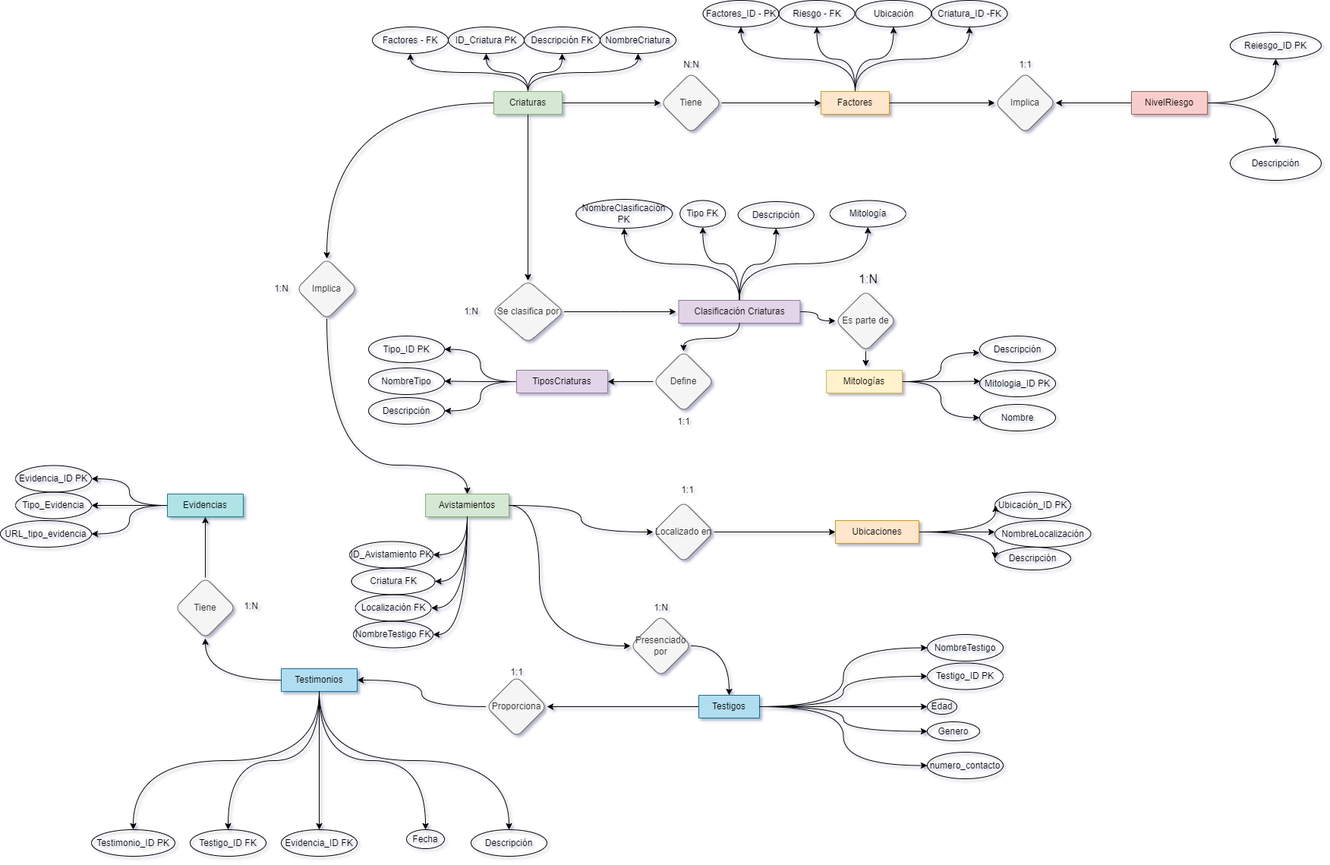
yowcloud/project-Criaturas keeps this draw.io diagram as TablasCriaturasMiticas-Diagrama-Entidad-Relación.drawio.png. Above is the earlier version. Source tidied: cells renumbered, new cells last; positions are measured from the earlier drawing's top-left corner, leaving out a move shared by most shapes.
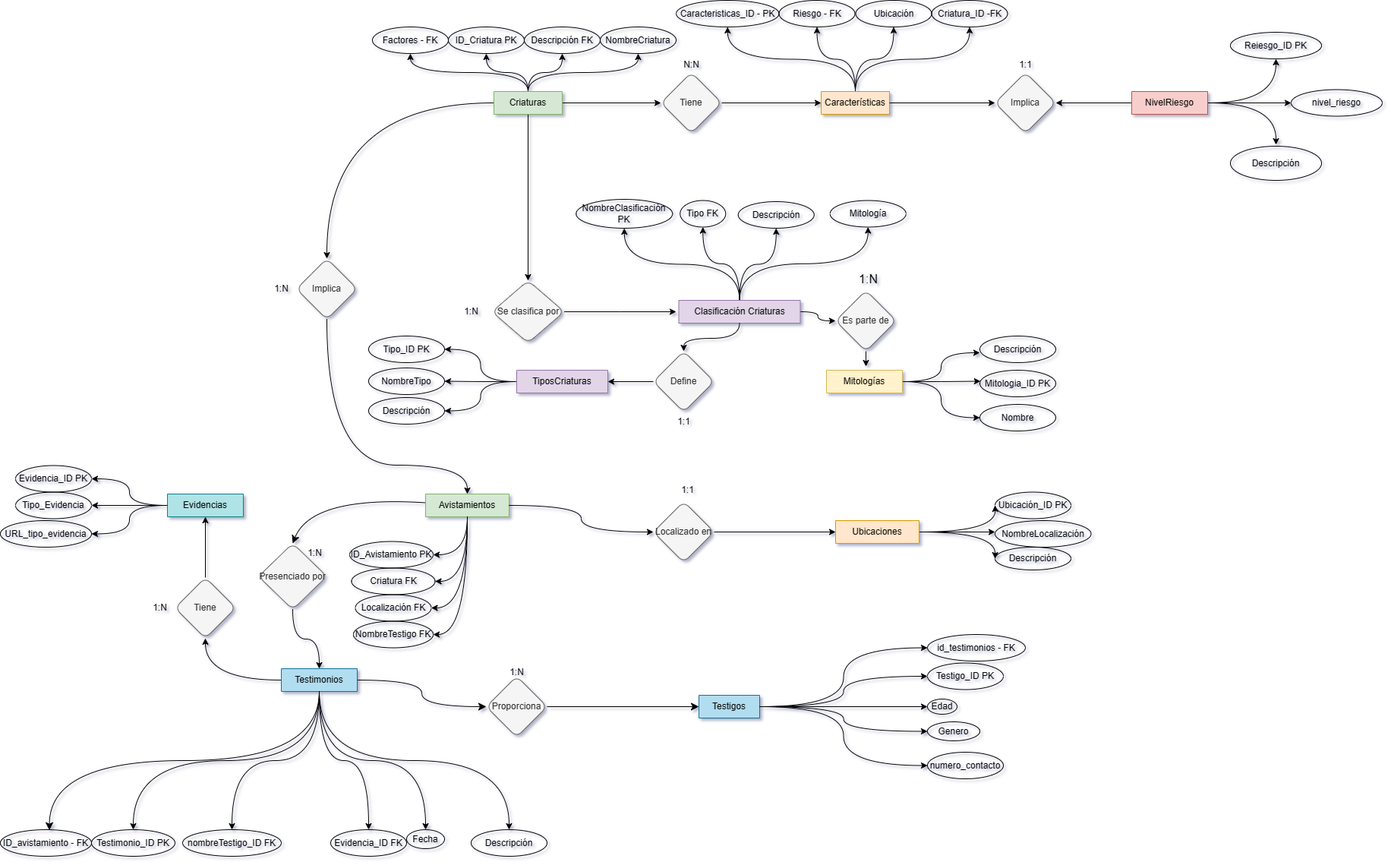
The same file after the commit.

What changed in the source:
```diff
@@ -17,9 +17,6 @@
     <mxCell id="6" value="Criaturas" style="swimlane;fontStyle=0;horizontal=1;startSize=30;whiteSpace=wrap;html=1;fillColor=#d5e8d4;strokeColor=#82b366;rounded=1;swimlaneLine=1;" parent="1" vertex="1" collapsed="1">
       <mxGeometry x="650" y="120" width="90" height="30" as="geometry" />
     </mxCell>
-    <mxCell id="7" style="edgeStyle=orthogonalEdgeStyle;rounded=0;jettySize=auto;html=1;entryX=1;entryY=0.5;entryDx=0;entryDy=0;" parent="1" edge="1" source="9" target="78">
-      <mxGeometry relative="1" as="geometry" />
-    </mxCell>
     <mxCell id="8" style="edgeStyle=orthogonalEdgeStyle;rounded=0;jettySize=auto;html=1;curved=1;" parent="1" edge="1" source="13">
       <mxGeometry relative="1" as="geometry">
         <mxPoint x="1310" y="700" as="targetPoint" />
@@ -66,18 +63,28 @@
     <mxCell id="19" style="edgeStyle=orthogonalEdgeStyle;rounded=0;jettySize=auto;html=1;curved=1;" parent="1" edge="1" source="20" target="83">
       <mxGeometry relative="1" as="geometry" />
     </mxCell>
-    <mxCell id="20" value="Factores" style="swimlane;fontStyle=0;horizontal=1;startSize=30;whiteSpace=wrap;html=1;fillColor=#ffe6cc;strokeColor=#d79b00;rounded=1;" parent="1" vertex="1" collapsed="1">
+    <mxCell id="20" value="Características" style="swimlane;fontStyle=0;horizontal=1;startSize=30;whiteSpace=wrap;html=1;fillColor=#ffe6cc;strokeColor=#d79b00;rounded=1;" parent="1" vertex="1" collapsed="1">
       <mxGeometry x="1081" y="120" width="90" height="30" as="geometry" />
     </mxCell>
     <mxCell id="21" style="edgeStyle=orthogonalEdgeStyle;rounded=0;jettySize=auto;html=1;entryX=0.5;entryY=1;entryDx=0;entryDy=0;elbow=vertical;curved=1;" parent="1" edge="1" source="22" target="45">
       <mxGeometry relative="1" as="geometry" />
     </mxCell>
+    <mxCell id="134" style="edgeStyle=orthogonalEdgeStyle;rounded=0;jettySize=auto;html=1;entryX=0;entryY=0.5;entryDx=0;entryDy=0;fontSize=12;startSize=8;endSize=8;curved=1;" parent="1" edge="1" source="22" target="78">
+      <mxGeometry relative="1" as="geometry" />
+    </mxCell>
     <mxCell id="22" value="Testimonios" style="swimlane;fontStyle=0;horizontal=1;startSize=30;whiteSpace=wrap;html=1;fillColor=#b1ddf0;strokeColor=#10739e;rounded=1;" parent="1" vertex="1" collapsed="1">
       <mxGeometry x="370" y="880" width="100" height="30" as="geometry" />
     </mxCell>
     <mxCell id="23" style="edgeStyle=orthogonalEdgeStyle;rounded=0;jettySize=auto;html=1;curved=1;entryX=1;entryY=0.5;entryDx=0;entryDy=0;" parent="1" edge="1" source="53" target="108">
       <mxGeometry relative="1" as="geometry" />
     </mxCell>
+    <mxCell id="54" style="edgeStyle=none;curved=1;rounded=0;jettySize=auto;html=1;entryX=0.5;entryY=0;entryDx=0;entryDy=0;fontSize=12;startSize=8;endSize=8;" parent="1" edge="1" source="24" target="35">
+      <mxGeometry relative="1" as="geometry">
+        <Array as="points">
+          <mxPoint x="410" y="652" />
+        </Array>
+      </mxGeometry>
+    </mxCell>
     <mxCell id="24" value="Avistamientos" style="swimlane;fontStyle=0;horizontal=1;startSize=30;whiteSpace=wrap;html=1;fillColor=#d5e8d4;strokeColor=#82b366;rounded=1;" parent="1" vertex="1" collapsed="1">
       <mxGeometry x="560" y="650" width="110" height="30" as="geometry" />
     </mxCell>
@@ -108,11 +115,11 @@
     <mxCell id="33" value="Localizado en" style="rhombus;whiteSpace=wrap;html=1;fillColor=#f5f5f5;strokeColor=#666666;fontColor=#333333;rounded=1;" parent="1" vertex="1">
       <mxGeometry x="860" y="660" width="80" height="80" as="geometry" />
     </mxCell>
-    <mxCell id="34" style="edgeStyle=orthogonalEdgeStyle;rounded=0;jettySize=auto;html=1;entryX=0.5;entryY=0;entryDx=0;entryDy=0;curved=1;" parent="1" edge="1" source="35" target="9">
+    <mxCell id="34" style="edgeStyle=orthogonalEdgeStyle;rounded=0;jettySize=auto;html=1;entryX=0.5;entryY=0;entryDx=0;entryDy=0;curved=1;" parent="1" edge="1" source="35" target="22">
       <mxGeometry relative="1" as="geometry" />
     </mxCell>
     <mxCell id="35" value="Presenciado por" style="rhombus;whiteSpace=wrap;html=1;rounded=1;shadow=0;fillColor=#f5f5f5;fontColor=#333333;strokeColor=#666666;" parent="1" vertex="1">
-      <mxGeometry x="830" y="810" width="80" height="80" as="geometry" />
+      <mxGeometry x="340" y="715" width="90" height="87" as="geometry" />
     </mxCell>
     <mxCell id="36" style="edgeStyle=orthogonalEdgeStyle;rounded=0;jettySize=auto;html=1;entryX=0.5;entryY=0;entryDx=0;entryDy=0;curved=1;" parent="1" edge="1" source="17" target="42">
       <mxGeometry relative="1" as="geometry" />
@@ -168,14 +175,6 @@
     <mxCell id="53" value="TiposCriaturas" style="swimlane;fontStyle=0;horizontal=1;startSize=30;whiteSpace=wrap;html=1;fillColor=#e1d5e7;strokeColor=#9673a6;rounded=1;" parent="1" vertex="1" collapsed="1">
       <mxGeometry x="680" y="487" width="120" height="30" as="geometry" />
     </mxCell>
-    <mxCell id="54" style="edgeStyle=orthogonalEdgeStyle;rounded=0;jettySize=auto;html=1;entryX=0;entryY=0.5;entryDx=0;entryDy=0;curved=1;" parent="1" edge="1" source="24" target="35">
-      <mxGeometry relative="1" as="geometry">
-        <Array as="points">
-          <mxPoint x="710" y="665" />
-          <mxPoint x="710" y="850" />
-        </Array>
-      </mxGeometry>
-    </mxCell>
     <mxCell id="55" style="edgeStyle=orthogonalEdgeStyle;rounded=0;jettySize=auto;html=1;entryX=1;entryY=0.5;entryDx=0;entryDy=0;curved=1;" parent="1" edge="1" source="24" target="73">
       <mxGeometry relative="1" as="geometry" />
     </mxCell>
@@ -196,6 +195,9 @@
     <mxCell id="60" style="edgeStyle=orthogonalEdgeStyle;rounded=0;jettySize=auto;html=1;entryX=1;entryY=0.5;entryDx=0;entryDy=0;" parent="1" edge="1" source="61" target="30">
       <mxGeometry relative="1" as="geometry" />
     </mxCell>
+    <mxCell id="135" style="edgeStyle=orthogonalEdgeStyle;rounded=0;jettySize=auto;html=1;" parent="1" edge="1" source="61" target="139">
+      <mxGeometry relative="1" as="geometry" />
+    </mxCell>
     <mxCell id="61" value="NivelRiesgo" style="swimlane;fontStyle=0;horizontal=1;startSize=30;whiteSpace=wrap;html=1;fillColor=#f8cecc;strokeColor=#b85450;rounded=1;" parent="1" vertex="1" collapsed="1">
       <mxGeometry x="1490" y="120" width="100" height="30" as="geometry" />
     </mxCell>
@@ -243,15 +245,15 @@
     <mxCell id="74" value="Testimonio_ID PK" style="ellipse;whiteSpace=wrap;html=1;fillColor=none;" parent="1" vertex="1">
       <mxGeometry x="120" y="1092" width="110" height="35" as="geometry" />
     </mxCell>
-    <mxCell id="75" value="Testigo_ID FK" style="ellipse;whiteSpace=wrap;html=1;fillColor=none;" parent="1" vertex="1">
-      <mxGeometry x="250" y="1092" width="100" height="35" as="geometry" />
+    <mxCell id="75" value="nombreTestigo_ID FK" style="ellipse;whiteSpace=wrap;html=1;fillColor=none;" parent="1" vertex="1">
+      <mxGeometry x="240" y="1092" width="130" height="35" as="geometry" />
     </mxCell>
-    <mxCell id="76" value="NombreTestigo" style="ellipse;whiteSpace=wrap;html=1;fillColor=none;" parent="1" vertex="1">
-      <mxGeometry x="1221" y="835" width="100" height="35" as="geometry" />
+    <mxCell id="76" value="id_testimonios - FK" style="ellipse;whiteSpace=wrap;html=1;fillColor=none;" parent="1" vertex="1">
+      <mxGeometry x="1221" y="835" width="129" height="35" as="geometry" />
     </mxCell>
-    <mxCell id="77" style="edgeStyle=orthogonalEdgeStyle;rounded=0;jettySize=auto;html=1;entryX=1;entryY=0.5;entryDx=0;entryDy=0;curved=1;" parent="1" edge="1" source="78" target="22">
-      <mxGeometry relative="1" as="geometry" />
-    </mxCell>
+    <mxCell id="136" style="edgeStyle=none;curved=1;rounded=0;jettySize=auto;html=1;entryX=0;entryY=0.5;entryDx=0;entryDy=0;fontSize=12;startSize=8;endSize=8;" parent="1" edge="1" source="78" target="9">
+      <mxGeometry relative="1" as="geometry" />
+    </mxCell>
     <mxCell id="78" value="Proporciona" style="rhombus;whiteSpace=wrap;html=1;fillColor=#f5f5f5;strokeColor=#666666;fontColor=#333333;rounded=1;" parent="1" vertex="1">
       <mxGeometry x="640" y="890" width="80" height="80" as="geometry" />
     </mxCell>
@@ -302,8 +304,8 @@
     <mxCell id="92" value="Criatura_ID -FK" style="ellipse;whiteSpace=wrap;html=1;fillColor=none;" parent="1" vertex="1">
       <mxGeometry x="1226.5" width="100" height="35" as="geometry" />
     </mxCell>
-    <mxCell id="93" value="Factores_ID - PK" style="ellipse;whiteSpace=wrap;html=1;fillColor=none;" parent="1" vertex="1">
-      <mxGeometry x="925.5" width="100" height="35" as="geometry" />
+    <mxCell id="93" value="Caracteristicas_ID - PK" style="ellipse;whiteSpace=wrap;html=1;fillColor=none;" parent="1" vertex="1">
+      <mxGeometry x="890" width="135.5" height="35" as="geometry" />
     </mxCell>
     <mxCell id="94" value="Fecha" style="ellipse;whiteSpace=wrap;html=1;fillColor=none;" parent="1" vertex="1">
       <mxGeometry x="535" y="1092" width="50" height="25" as="geometry" />
@@ -354,7 +356,7 @@
       <mxGeometry relative="1" as="geometry" />
     </mxCell>
     <mxCell id="110" value="Evidencia_ID FK" style="ellipse;whiteSpace=wrap;html=1;fillColor=none;" parent="1" vertex="1">
-      <mxGeometry x="370" y="1092" width="100" height="35" as="geometry" />
+      <mxGeometry x="435" y="1092" width="100" height="35" as="geometry" />
     </mxCell>
     <mxCell id="111" value="Tiene" style="rhombus;whiteSpace=wrap;html=1;fillColor=#f5f5f5;strokeColor=#666666;fontColor=#333333;rounded=1;" parent="1" vertex="1">
       <mxGeometry x="870" y="95" width="80" height="80" as="geometry" />
@@ -403,14 +405,11 @@
     <mxCell id="125" value="1:1" style="text;html=1;align=center;verticalAlign=middle;strokeColor=none;fillColor=none;" parent="1" vertex="1">
       <mxGeometry x="880" y="540" width="40" height="30" as="geometry" />
     </mxCell>
-    <mxCell id="126" value="1:1" style="text;html=1;align=center;verticalAlign=middle;strokeColor=none;fillColor=none;" parent="1" vertex="1">
+    <mxCell id="126" value="1:N" style="text;html=1;align=center;verticalAlign=middle;strokeColor=none;fillColor=none;" parent="1" vertex="1">
       <mxGeometry x="660" y="870" width="40" height="30" as="geometry" />
     </mxCell>
-    <mxCell id="127" value="1:N" style="text;html=1;align=center;verticalAlign=middle;strokeColor=none;fillColor=none;" parent="1" vertex="1">
-      <mxGeometry x="850" y="785" width="40" height="30" as="geometry" />
-    </mxCell>
     <mxCell id="128" value="1:N" style="text;html=1;align=center;verticalAlign=middle;strokeColor=none;fillColor=none;" parent="1" vertex="1">
-      <mxGeometry x="310" y="782.5" width="40" height="30" as="geometry" />
+      <mxGeometry x="190" y="785" width="40" height="30" as="geometry" />
     </mxCell>
     <mxCell id="129" value="N:N" style="text;html=1;align=center;verticalAlign=middle;strokeColor=none;fillColor=none;" parent="1" vertex="1">
       <mxGeometry x="890" y="70" width="40" height="30" as="geometry" />
@@ -427,5 +426,17 @@
     <mxCell id="133" value="1:1" style="text;html=1;align=center;verticalAlign=middle;strokeColor=none;fillColor=none;" parent="1" vertex="1">
       <mxGeometry x="885.2" y="630" width="40" height="30" as="geometry" />
     </mxCell>
+    <mxCell id="127" value="1:N" style="text;html=1;align=center;verticalAlign=middle;strokeColor=none;fillColor=none;" parent="1" vertex="1">
+      <mxGeometry x="394" y="712.5" width="40" height="30" as="geometry" />
+    </mxCell>
+    <mxCell id="137" value="ID_avistamiento - FK" style="ellipse;whiteSpace=wrap;html=1;fillColor=none;" parent="1" vertex="1">
+      <mxGeometry y="1092" width="120" height="35" as="geometry" />
+    </mxCell>
+    <mxCell id="138" style="edgeStyle=orthogonalEdgeStyle;curved=1;rounded=0;jettySize=auto;html=1;entryX=0.538;entryY=0.021;entryDx=0;entryDy=0;entryPerimeter=0;fontSize=12;startSize=8;endSize=8;exitX=0.5;exitY=1;exitDx=0;exitDy=0;" parent="1" edge="1" source="22" target="137">
+      <mxGeometry relative="1" as="geometry" />
+    </mxCell>
+    <mxCell id="139" value="nivel_riesgo" style="ellipse;whiteSpace=wrap;html=1;fillColor=none;" parent="1" vertex="1">
+      <mxGeometry x="1700" y="117.5" width="120" height="35" as="geometry" />
+    </mxCell>
   </root>
 </mxGraphModel>
```
